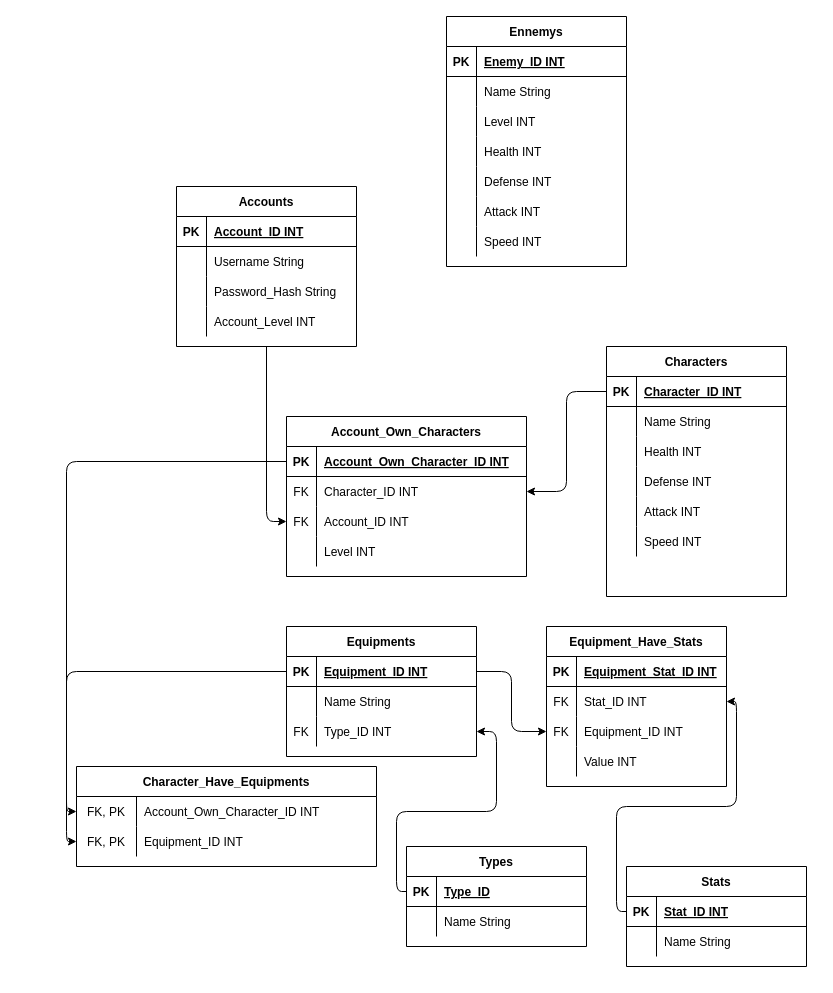
Before: Documentation/MLD.drawio in Nomeos/Code-TimeRewind, a draw.io diagram. Source tidied: cells renumbered, new cells numbered last; positions are measured from the earlier drawing's top-left corner, leaving out a move shared by most shapes. Both pictures are drawn from the tidied source at 100%, with x=0, y=0 at pixel (76, 16).
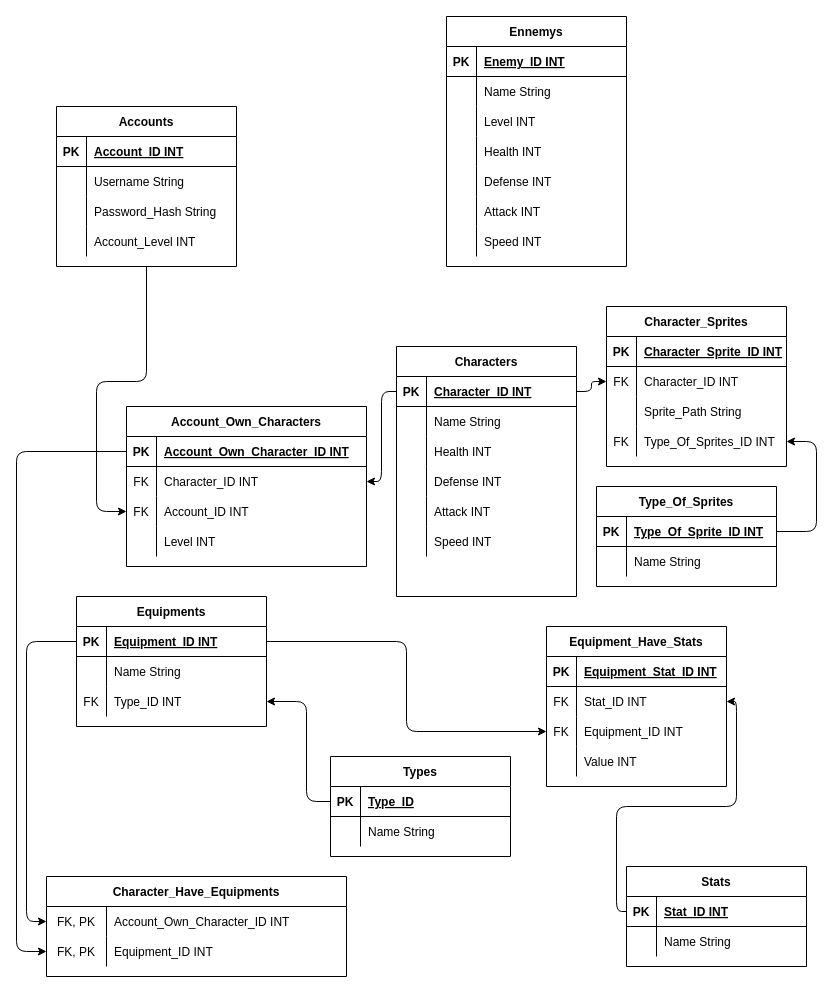
Above is the later version.

The change refers to these unchanged cells:
```xml
<mxCell id="16" style="shape=partialRectangle;fillColor=none;top=0;left=0;bottom=1;right=0;points=[[0,0.5],[1,0.5]];portConstraint=eastwest;" parent="15" vertex="1">
  <mxGeometry y="30" width="180" height="30" as="geometry" />
</mxCell>
<mxCell id="57" style="shape=partialRectangle;fillColor=none;top=0;left=0;bottom=1;right=0;points=[[0,0.5],[1,0.5]];portConstraint=eastwest;" parent="56" vertex="1">
  <mxGeometry y="30" width="190" height="30" as="geometry" />
</mxCell>
<mxCell id="63" style="shape=partialRectangle;fillColor=none;top=0;left=0;bottom=0;right=0;points=[[0,0.5],[1,0.5]];portConstraint=eastwest;" parent="56" vertex="1">
  <mxGeometry y="90" width="190" height="30" as="geometry" />
</mxCell>
<mxCell id="67" style="shape=partialRectangle;fillColor=none;top=0;left=0;bottom=1;right=0;points=[[0,0.5],[1,0.5]];portConstraint=eastwest;" parent="66" vertex="1">
  <mxGeometry y="30" width="180" height="30" as="geometry" />
</mxCell>
<mxCell id="89" style="shape=partialRectangle;fillColor=none;top=0;left=0;bottom=1;right=0;points=[[0,0.5],[1,0.5]];portConstraint=eastwest;" parent="88" vertex="1">
  <mxGeometry y="30" width="240" height="30" as="geometry" />
</mxCell>
<mxCell id="95" style="shape=partialRectangle;fillColor=none;top=0;left=0;bottom=0;right=0;points=[[0,0.5],[1,0.5]];portConstraint=eastwest;" parent="88" vertex="1">
  <mxGeometry y="90" width="240" height="30" as="geometry" />
</mxCell>
<mxCell id="104" style="shape=partialRectangle;fillColor=none;top=0;left=0;bottom=0;right=0;points=[[0,0.5],[1,0.5]];portConstraint=eastwest;" parent="103" vertex="1">
  <mxGeometry y="30" width="300" height="30" as="geometry" />
</mxCell>
<mxCell id="107" style="shape=partialRectangle;fillColor=none;top=0;left=0;bottom=0;right=0;points=[[0,0.5],[1,0.5]];portConstraint=eastwest;" parent="103" vertex="1">
  <mxGeometry y="60" width="300" height="30" as="geometry" />
</mxCell>
```

The edit, as a diff of the source:
```diff
@@
     <mxCell id="2" value="Accounts" style="shape=table;startSize=30;childLayout=tableLayout;rowLines=0;fontStyle=1;align=center;" parent="1" vertex="1">
-      <mxGeometry x="100" y="170" width="180" height="160" as="geometry" />
+      <mxGeometry x="-20" y="90" width="180" height="160" as="geometry" />
     </mxCell>
@@
     <mxCell id="15" value="Characters" style="shape=table;startSize=30;childLayout=tableLayout;rowLines=0;fontStyle=1;align=center;" parent="1" vertex="1">
-      <mxGeometry x="530" y="330" width="180" height="250" as="geometry" />
+      <mxGeometry x="320" y="330" width="180" height="250" as="geometry" />
     </mxCell>
@@
     <mxCell id="56" value="Equipments" style="shape=table;startSize=30;childLayout=tableLayout;rowLines=0;fontStyle=1;align=center;" parent="1" vertex="1">
-      <mxGeometry x="210" y="610" width="190" height="130" as="geometry" />
+      <mxGeometry y="580" width="190" height="130" as="geometry" />
     </mxCell>
@@
     <mxCell id="66" value="Types" style="shape=table;startSize=30;childLayout=tableLayout;rowLines=0;fontStyle=1;align=center;" parent="1" vertex="1">
-      <mxGeometry x="330" y="830" width="180" height="100" as="geometry" />
+      <mxGeometry x="254" y="740" width="180" height="100" as="geometry" />
     </mxCell>
@@
     <mxCell id="87" style="endArrow=classic;html=1;exitX=0;exitY=0.5;exitDx=0;exitDy=0;entryX=1;entryY=0.5;entryDx=0;entryDy=0;edgeStyle=orthogonalEdgeStyle;" parent="1" edge="1" source="67" target="63">
       <mxGeometry relative="1" as="geometry">
         <Array as="points">
-          <mxPoint x="320" y="875" />
-          <mxPoint x="320" y="795" />
-          <mxPoint x="420" y="795" />
-          <mxPoint x="420" y="715" />
+          <mxPoint x="230" y="785" />
+          <mxPoint x="230" y="685" />
         </Array>
       </mxGeometry>
     </mxCell>
     <mxCell id="88" value="Account_Own_Characters" style="shape=table;startSize=30;childLayout=tableLayout;rowLines=0;fontStyle=1;align=center;" parent="1" vertex="1">
-      <mxGeometry x="210" y="400" width="240" height="160" as="geometry" />
+      <mxGeometry x="50" y="390" width="240" height="160" as="geometry" />
     </mxCell>
@@
     <mxCell id="102" style="endArrow=classic;html=1;entryX=0;entryY=0.5;entryDx=0;entryDy=0;exitX=0.5;exitY=1;exitDx=0;exitDy=0;edgeStyle=orthogonalEdgeStyle;" parent="1" edge="1" source="2" target="95">
-      <mxGeometry relative="1" as="geometry" />
+      <mxGeometry relative="1" as="geometry">
+        <Array as="points">
+          <mxPoint x="70" y="365" />
+          <mxPoint x="20" y="365" />
+          <mxPoint x="20" y="495" />
+        </Array>
+      </mxGeometry>
     </mxCell>
     <mxCell id="103" value="Character_Have_Equipments" style="shape=table;startSize=30;childLayout=tableLayout;rowLines=0;fontStyle=1;align=center;" parent="1" vertex="1">
-      <mxGeometry y="750" width="300" height="100" as="geometry" />
+      <mxGeometry x="-30" y="860" width="300" height="100" as="geometry" />
     </mxCell>
@@
     <mxCell id="118" style="endArrow=classic;html=1;entryX=0;entryY=0.5;entryDx=0;entryDy=0;exitX=0;exitY=0.5;exitDx=0;exitDy=0;edgeStyle=orthogonalEdgeStyle;" parent="1" edge="1" source="57" target="104">
-      <mxGeometry relative="1" as="geometry" />
+      <mxGeometry relative="1" as="geometry">
+        <Array as="points">
+          <mxPoint x="-50" y="625" />
+          <mxPoint x="-50" y="905" />
+        </Array>
+      </mxGeometry>
     </mxCell>
     <mxCell id="119" style="endArrow=classic;html=1;entryX=0;entryY=0.5;entryDx=0;entryDy=0;exitX=0;exitY=0.5;exitDx=0;exitDy=0;edgeStyle=orthogonalEdgeStyle;" parent="1" edge="1" source="89" target="107">
-      <mxGeometry relative="1" as="geometry" />
+      <mxGeometry relative="1" as="geometry">
+        <Array as="points">
+          <mxPoint x="-60" y="435" />
+          <mxPoint x="-60" y="935" />
+        </Array>
+      </mxGeometry>
     </mxCell>
+    <mxCell id="120" value="Character_Sprites" style="shape=table;startSize=30;childLayout=tableLayout;rowLines=0;fontStyle=1;align=center;" parent="1" vertex="1">
+      <mxGeometry x="530" y="290" width="180" height="160" as="geometry" />
+    </mxCell>
+    <mxCell id="121" style="shape=partialRectangle;fillColor=none;top=0;left=0;bottom=1;right=0;" parent="120" vertex="1">
+      <mxGeometry y="30" width="180" height="30" as="geometry" />
+    </mxCell>
+    <mxCell id="122" value="PK" style="shape=partialRectangle;fillColor=none;top=0;left=0;bottom=0;right=0;fontStyle=1;overflow=hidden;" parent="121" vertex="1">
+      <mxGeometry width="30" height="30" as="geometry" />
+    </mxCell>
+    <mxCell id="123" value="Character_Sprite_ID INT" style="shape=partialRectangle;fillColor=none;top=0;left=0;bottom=0;right=0;align=left;spacingLeft=6;fontStyle=5;overflow=hidden;" parent="121" vertex="1">
+      <mxGeometry x="30" width="150" height="30" as="geometry" />
+    </mxCell>
+    <mxCell id="124" style="shape=partialRectangle;fillColor=none;top=0;left=0;bottom=0;right=0;points=[[0,0.5],[1,0.5]];portConstraint=eastwest;" parent="120" vertex="1">
+      <mxGeometry y="60" width="180" height="30" as="geometry" />
+    </mxCell>
+    <mxCell id="125" value="FK" style="shape=partialRectangle;fillColor=none;top=0;left=0;bottom=0;right=0;overflow=hidden;" parent="124" vertex="1">
+      <mxGeometry width="30" height="30" as="geometry" />
+    </mxCell>
+    <mxCell id="126" value="Character_ID INT" style="shape=partialRectangle;fillColor=none;top=0;left=0;bottom=0;right=0;align=left;spacingLeft=6;overflow=hidden;" parent="124" vertex="1">
+      <mxGeometry x="30" width="150" height="30" as="geometry" />
+    </mxCell>
+    <mxCell id="127" style="shape=partialRectangle;fillColor=none;top=0;left=0;bottom=0;right=0;" parent="120" vertex="1">
+      <mxGeometry y="90" width="180" height="30" as="geometry" />
+    </mxCell>
+    <mxCell id="128" style="shape=partialRectangle;fillColor=none;top=0;left=0;bottom=0;right=0;overflow=hidden;" parent="127" vertex="1">
+      <mxGeometry width="30" height="30" as="geometry" />
+    </mxCell>
+    <mxCell id="129" value="Sprite_Path String" style="shape=partialRectangle;fillColor=none;top=0;left=0;bottom=0;right=0;align=left;spacingLeft=6;overflow=hidden;" parent="127" vertex="1">
+      <mxGeometry x="30" width="150" height="30" as="geometry" />
+    </mxCell>
+    <mxCell id="130" style="shape=partialRectangle;fillColor=none;top=0;left=0;bottom=0;right=0;points=[[0,0.5],[1,0.5]];portConstraint=eastwest;" parent="120" vertex="1">
+      <mxGeometry y="120" width="180" height="30" as="geometry" />
+    </mxCell>
+    <mxCell id="131" value="FK" style="shape=partialRectangle;fillColor=none;top=0;left=0;bottom=0;right=0;overflow=hidden;" parent="130" vertex="1">
+      <mxGeometry width="30" height="30" as="geometry" />
+    </mxCell>
+    <mxCell id="132" value="Type_Of_Sprites_ID INT" style="shape=partialRectangle;fillColor=none;top=0;left=0;bottom=0;right=0;align=left;spacingLeft=6;overflow=hidden;" parent="130" vertex="1">
+      <mxGeometry x="30" width="150" height="30" as="geometry" />
+    </mxCell>
+    <mxCell id="133" style="endArrow=classic;html=1;entryX=0;entryY=0.5;entryDx=0;entryDy=0;exitX=1;exitY=0.5;exitDx=0;exitDy=0;edgeStyle=orthogonalEdgeStyle;" parent="1" edge="1" source="16" target="124">
+      <mxGeometry relative="1" as="geometry" />
+    </mxCell>
+    <mxCell id="134" value="Type_Of_Sprites" style="shape=table;startSize=30;childLayout=tableLayout;rowLines=0;fontStyle=1;align=center;" parent="1" vertex="1">
+      <mxGeometry x="520" y="470" width="180" height="100" as="geometry" />
+    </mxCell>
+    <mxCell id="135" style="shape=partialRectangle;fillColor=none;top=0;left=0;bottom=1;right=0;points=[[0,0.5],[1,0.5]];portConstraint=eastwest;" parent="134" vertex="1">
+      <mxGeometry y="30" width="180" height="30" as="geometry" />
+    </mxCell>
+    <mxCell id="136" value="PK" style="shape=partialRectangle;fillColor=none;top=0;left=0;bottom=0;right=0;fontStyle=1;overflow=hidden;" parent="135" vertex="1">
+      <mxGeometry width="30" height="30" as="geometry" />
+    </mxCell>
+    <mxCell id="137" value="Type_Of_Sprite_ID INT" style="shape=partialRectangle;fillColor=none;top=0;left=0;bottom=0;right=0;align=left;spacingLeft=6;fontStyle=5;overflow=hidden;" parent="135" vertex="1">
+      <mxGeometry x="30" width="150" height="30" as="geometry" />
+    </mxCell>
+    <mxCell id="138" style="shape=partialRectangle;fillColor=none;top=0;left=0;bottom=0;right=0;" parent="134" vertex="1">
+      <mxGeometry y="60" width="180" height="30" as="geometry" />
+    </mxCell>
+    <mxCell id="139" style="shape=partialRectangle;fillColor=none;top=0;left=0;bottom=0;right=0;overflow=hidden;" parent="138" vertex="1">
+      <mxGeometry width="30" height="30" as="geometry" />
+    </mxCell>
+    <mxCell id="140" value="Name String" style="shape=partialRectangle;fillColor=none;top=0;left=0;bottom=0;right=0;align=left;spacingLeft=6;overflow=hidden;" parent="138" vertex="1">
+      <mxGeometry x="30" width="150" height="30" as="geometry" />
+    </mxCell>
+    <mxCell id="141" style="endArrow=classic;html=1;entryX=1;entryY=0.5;entryDx=0;entryDy=0;exitX=1;exitY=0.5;exitDx=0;exitDy=0;edgeStyle=orthogonalEdgeStyle;" parent="1" edge="1" source="135" target="130">
+      <mxGeometry relative="1" as="geometry">
+        <Array as="points">
+          <mxPoint x="740" y="515" />
+          <mxPoint x="740" y="425" />
+        </Array>
+      </mxGeometry>
+    </mxCell>
```
